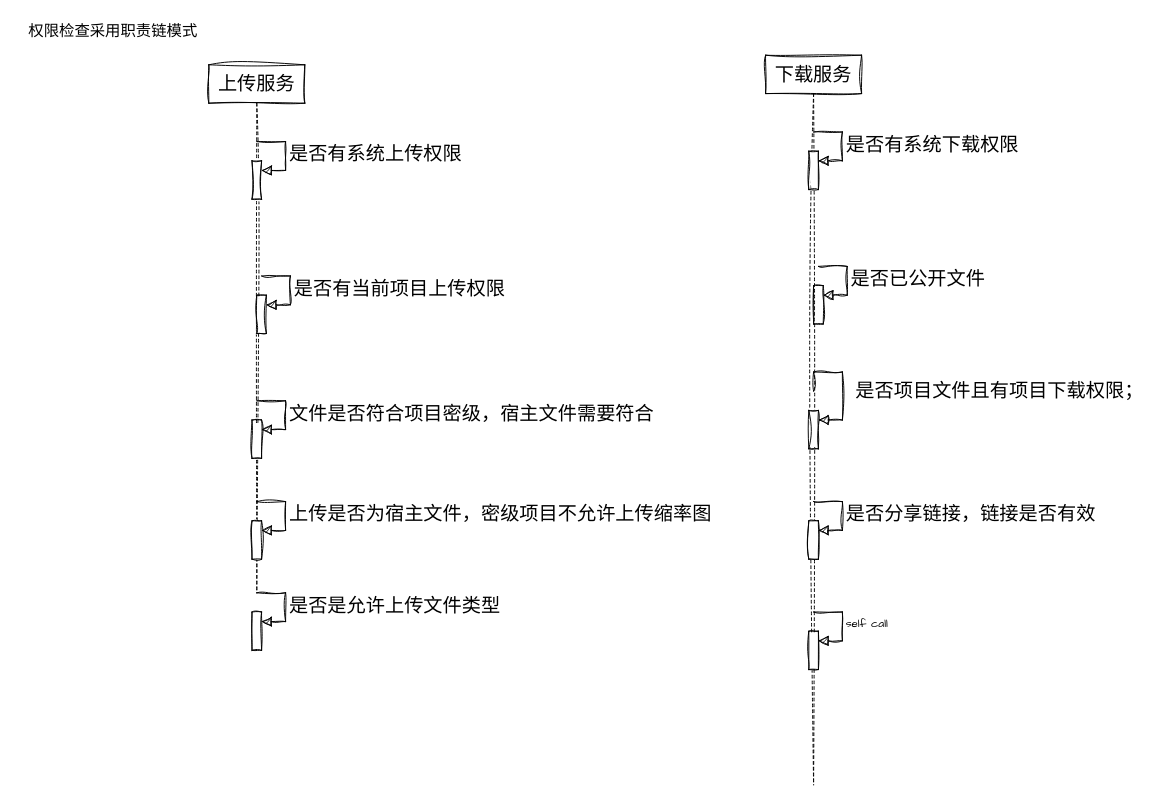
Above: page "权限检查" (4 of 4) of 250506_upload_download.drawio in Utihbi/pics (draw.io), before the change. Source tidied: cells renumbered, new cells numbered last; positions are measured from the earlier drawing's top-left corner, leaving out a move shared by most shapes. Both pictures are drawn from the tidied source at 96%, with x=0, y=0 at pixel (16, 16).
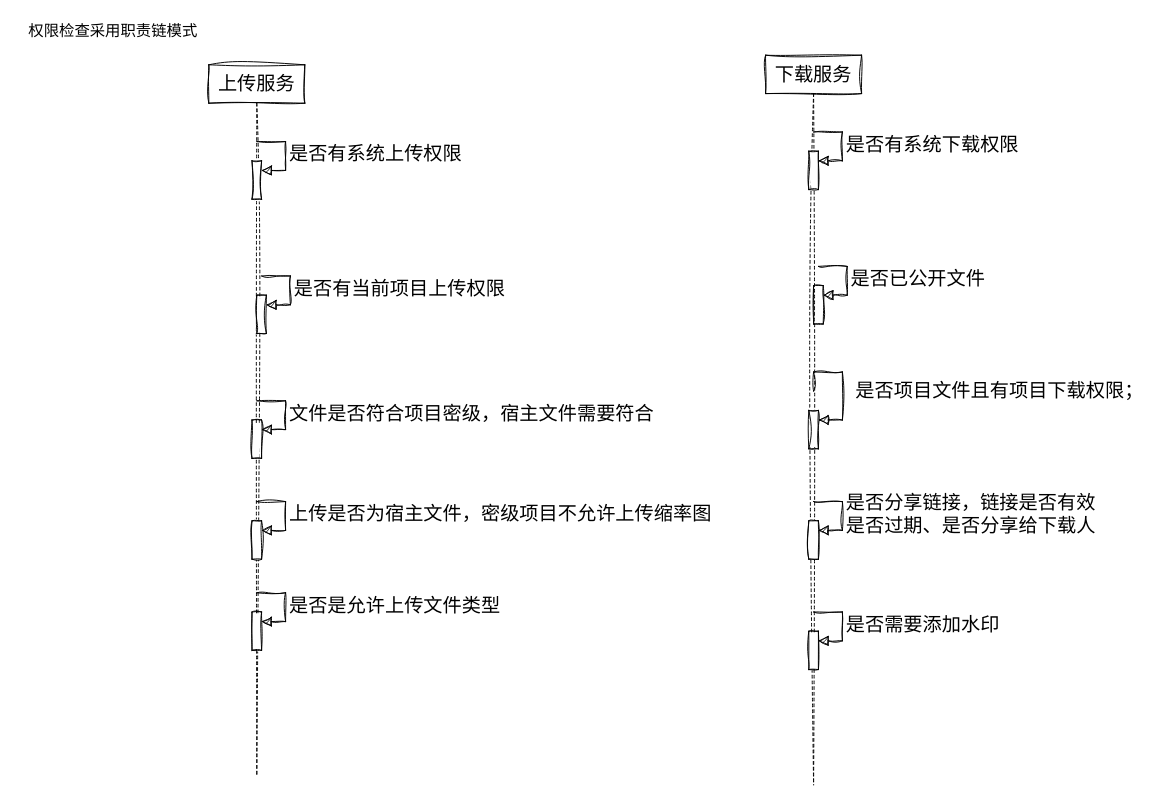
Above is the later version.

The change refers to these unchanged cells:
```xml
<mxCell id="11" value="下载服务" style="shape=umlLifeline;perimeter=lifelinePerimeter;whiteSpace=wrap;html=1;newEdgeStyle={&quot;curved&quot;:0,&quot;rounded&quot;:0};sketch=1;hachureGap=4;jiggle=2;curveFitting=1;fontFamily=Architects Daughter;fontSize=20;" parent="1" vertex="1">
  <mxGeometry x="780" y="40" width="100" height="760" as="geometry" />
</mxCell>
<mxCell id="18" style="html=1;points=[[0,0,0,0,5],[0,1,0,0,-5],[1,0,0,0,5],[1,1,0,0,-5]];perimeter=orthogonalPerimeter;outlineConnect=0;targetShapes=umlLifeline;portConstraint=eastwest;newEdgeStyle={&quot;curved&quot;:0,&quot;rounded&quot;:0};sketch=1;hachureGap=4;jiggle=2;curveFitting=1;fontFamily=Architects Daughter;" parent="11" vertex="1">
  <mxGeometry x="45" y="485" width="10" height="40" as="geometry" />
</mxCell>
<mxCell id="20" style="html=1;points=[[0,0,0,0,5],[0,1,0,0,-5],[1,0,0,0,5],[1,1,0,0,-5]];perimeter=orthogonalPerimeter;outlineConnect=0;targetShapes=umlLifeline;portConstraint=eastwest;newEdgeStyle={&quot;curved&quot;:0,&quot;rounded&quot;:0};sketch=1;hachureGap=4;jiggle=2;curveFitting=1;fontFamily=Architects Daughter;" parent="11" vertex="1">
  <mxGeometry x="45" y="600" width="10" height="40" as="geometry" />
</mxCell>
```

Change to the diagram source:
```diff
@@
     <mxCell id="2" value="上传服务" style="shape=umlLifeline;perimeter=lifelinePerimeter;whiteSpace=wrap;html=1;newEdgeStyle={&quot;curved&quot;:0,&quot;rounded&quot;:0};sketch=1;hachureGap=4;jiggle=2;curveFitting=1;fontFamily=Architects Daughter;fontSize=20;" parent="1" vertex="1">
-      <mxGeometry x="200" y="50" width="100" height="550" as="geometry" />
+      <mxGeometry x="200" y="50" width="100" height="740" as="geometry" />
     </mxCell>
@@
-    <mxCell id="19" value="是否分享链接，链接是否有效" style="html=1;align=left;spacingLeft=2;endArrow=block;rounded=0;edgeStyle=orthogonalEdgeStyle;curved=0;rounded=0;sketch=1;hachureGap=4;jiggle=2;curveFitting=1;fontFamily=Architects Daughter;fontSize=20;startSize=8;endSize=8;" parent="11" edge="1" target="18">
+    <mxCell id="19" value="是否分享链接，链接是否有效&lt;div&gt;是否过期、是否分享给下载人&lt;/div&gt;" style="html=1;align=left;spacingLeft=2;endArrow=block;rounded=0;edgeStyle=orthogonalEdgeStyle;curved=0;rounded=0;sketch=1;hachureGap=4;jiggle=2;curveFitting=1;fontFamily=Architects Daughter;fontSize=20;startSize=8;endSize=8;" parent="11" edge="1" target="18">
       <mxGeometry relative="1" as="geometry">
         <mxPoint x="50" y="465" as="sourcePoint" />
         <Array as="points">
           <mxPoint x="80" y="495" />
         </Array>
       </mxGeometry>
     </mxCell>
@@
-    <mxCell id="21" value="self call" style="html=1;align=left;spacingLeft=2;endArrow=block;rounded=0;edgeStyle=orthogonalEdgeStyle;curved=0;rounded=0;sketch=1;hachureGap=4;jiggle=2;curveFitting=1;fontFamily=Architects Daughter;fontSize=12;startSize=8;endSize=8;" parent="11" edge="1" target="20">
+    <mxCell id="21" value="是否需要添加水印" style="html=1;align=left;spacingLeft=2;endArrow=block;rounded=0;edgeStyle=orthogonalEdgeStyle;curved=0;rounded=0;sketch=1;hachureGap=4;jiggle=2;curveFitting=1;fontFamily=Architects Daughter;fontSize=20;startSize=8;endSize=8;" parent="11" edge="1" target="20">
       <mxGeometry relative="1" as="geometry">
         <mxPoint x="50" y="580" as="sourcePoint" />
         <Array as="points">
           <mxPoint x="80" y="610" />
         </Array>
       </mxGeometry>
     </mxCell>
```
